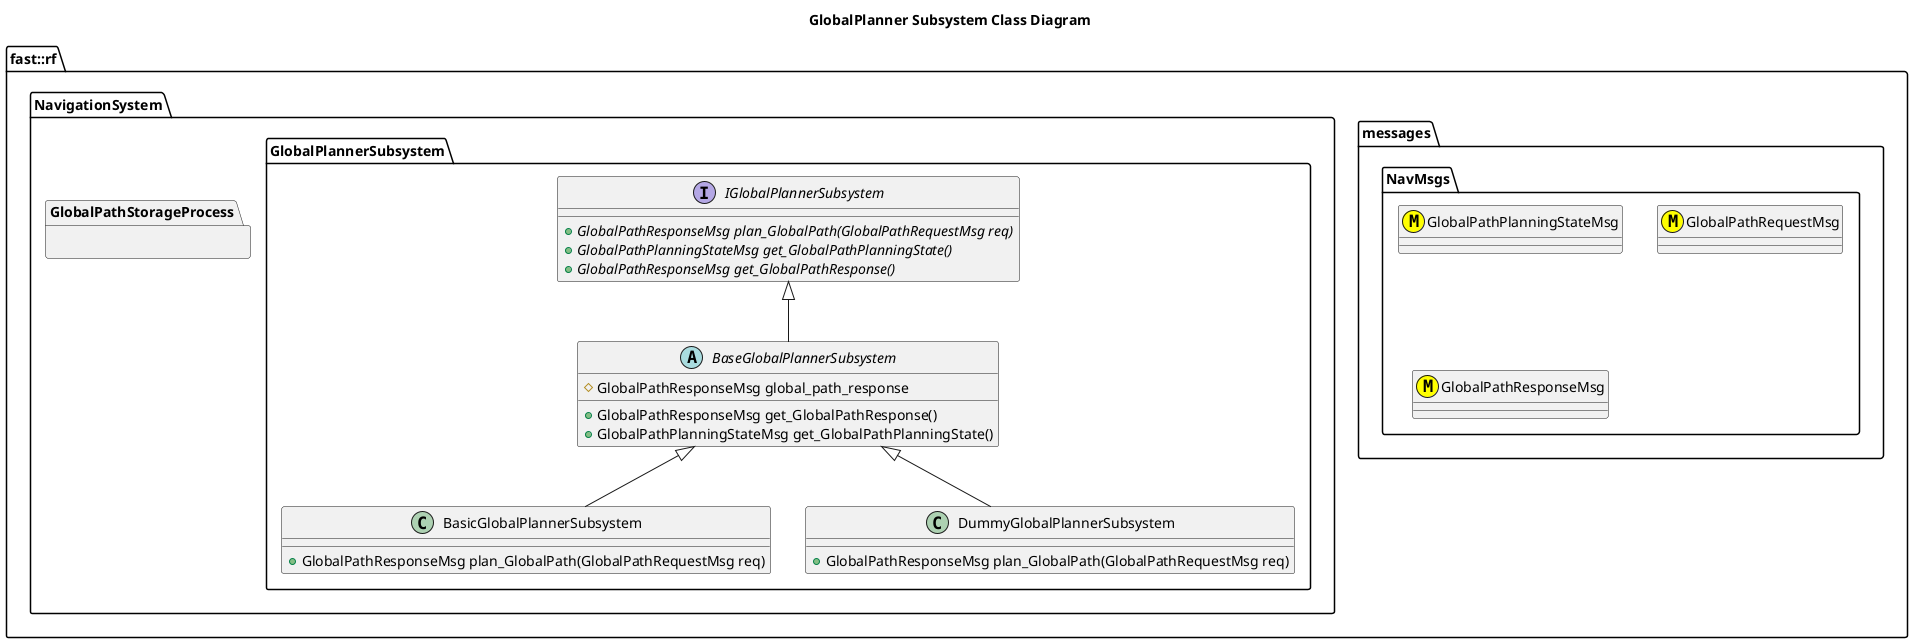
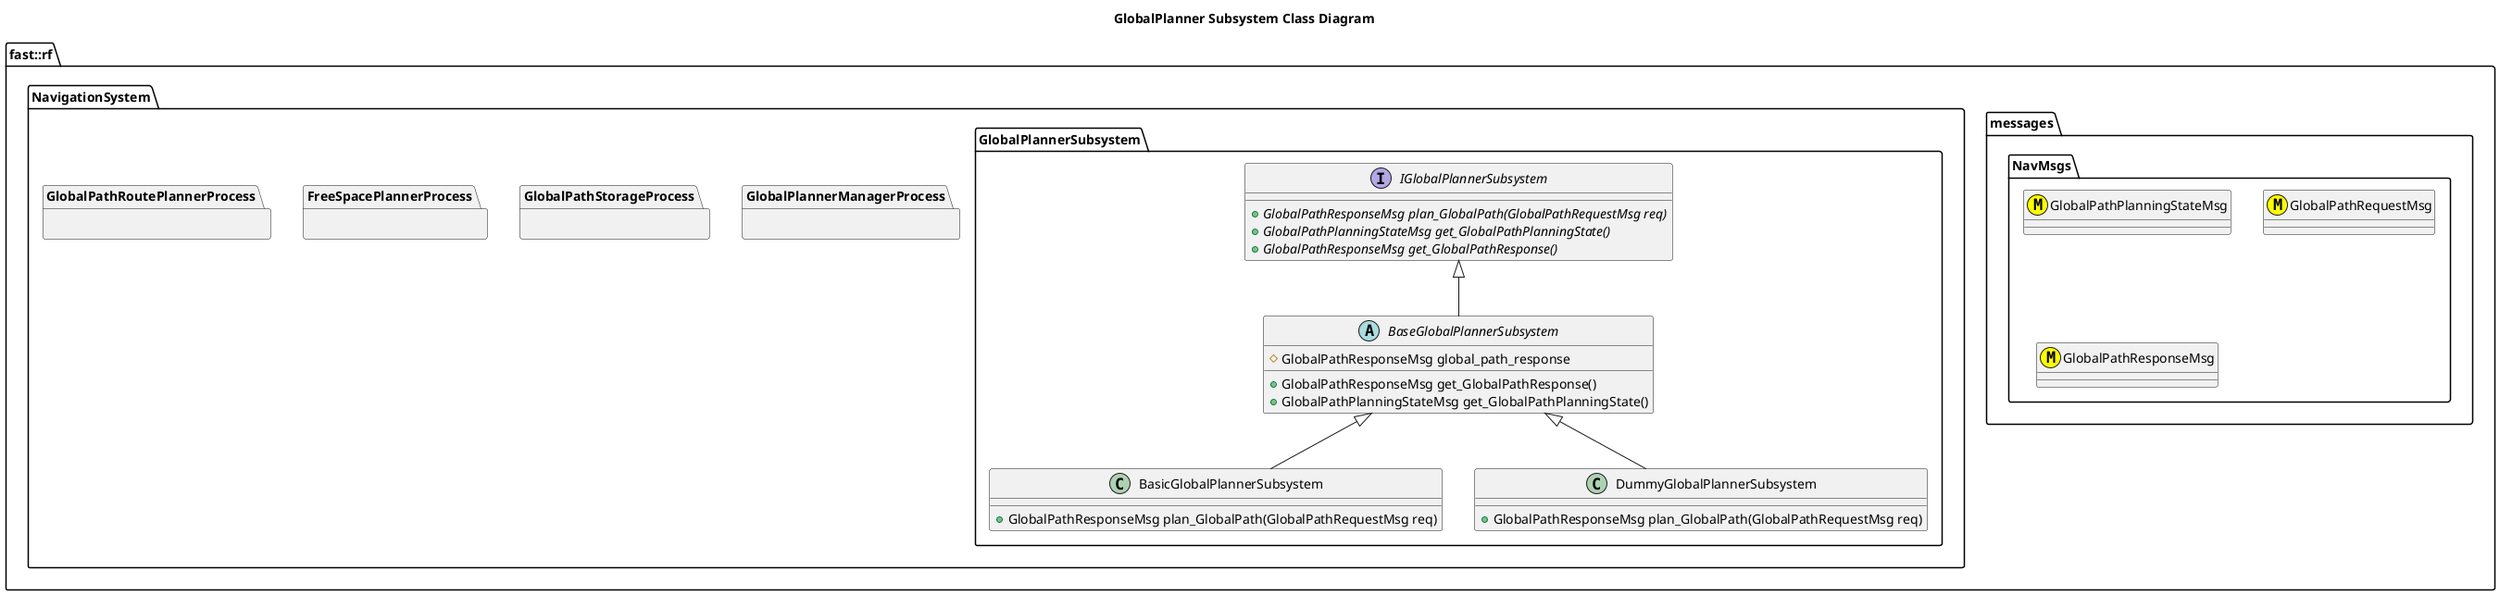
@startuml
title GlobalPlanner Subsystem Class Diagram
namespace fast::rf {
  namespace messages {
    namespace NavMsgs {
      class GlobalPathPlanningStateMsg <<(M,#FFFF00)>>
      class GlobalPathRequestMsg <<(M,#FFFF00)>>
      class GlobalPathResponseMsg <<(M,#FFFF00)>>
    }
  }
  namespace NavigationSystem {
    namespace GlobalPlannerSubsystem {
      interface IGlobalPlannerSubsystem {
        +{abstract} GlobalPathResponseMsg plan_GlobalPath(GlobalPathRequestMsg req)
        +{abstract} GlobalPathPlanningStateMsg get_GlobalPathPlanningState()
        +{abstract} GlobalPathResponseMsg get_GlobalPathResponse()

      }
      abstract BaseGlobalPlannerSubsystem {
        +GlobalPathResponseMsg get_GlobalPathResponse()
        +GlobalPathPlanningStateMsg get_GlobalPathPlanningState()
        #GlobalPathResponseMsg global_path_response

      }
      BaseGlobalPlannerSubsystem -up-|> IGlobalPlannerSubsystem
      class BasicGlobalPlannerSubsystem {
        +GlobalPathResponseMsg plan_GlobalPath(GlobalPathRequestMsg req)
      }
      BasicGlobalPlannerSubsystem -up-|> BaseGlobalPlannerSubsystem
      class DummyGlobalPlannerSubsystem {
        +GlobalPathResponseMsg plan_GlobalPath(GlobalPathRequestMsg req)
      }
      DummyGlobalPlannerSubsystem -up-|> BaseGlobalPlannerSubsystem
    }
+     package GlobalPlannerManagerProcess {
+ 
+     }
    package GlobalPathStorageProcess {
+ 
+     }
+     package FreeSpacePlannerProcess {
+ 
+     }
+     package GlobalPathRoutePlannerProcess {

    }
  }
}
@enduml